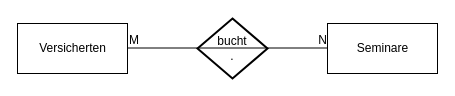
Above: Untitled Diagram.drawio in jhayvali/my-website (draw.io), before the change. Source tidied: cells renumbered, new cells numbered last; positions are measured from the earlier drawing's top-left corner, leaving out a move shared by most shapes. Both pictures are drawn from the tidied source at 100%, with x=0, y=0 at pixel (17, 18).
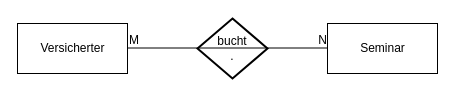
The same diagram, later.

What changed in the source:
```diff
@@
 <mxGraphModel>
   <root>
     <mxCell id="0" />
     <mxCell id="1" parent="0" />
-    <mxCell id="2" value="Versicherten" style="html=1;" parent="1" vertex="1">
+    <mxCell id="2" value="Versicherter" style="html=1;" parent="1" vertex="1">
       <mxGeometry y="5" width="110" height="50" as="geometry" />
     </mxCell>
-    <mxCell id="3" value="&lt;div&gt;Seminare&lt;/div&gt;" style="html=1;" parent="1" vertex="1">
+    <mxCell id="3" value="&lt;div&gt;Seminar&lt;/div&gt;" style="html=1;" parent="1" vertex="1">
       <mxGeometry x="310" y="5" width="110" height="50" as="geometry" />
     </mxCell>
     <mxCell id="4" value="&lt;div&gt;bucht&lt;/div&gt;&lt;div&gt;.&lt;br&gt;&lt;/div&gt;" style="strokeWidth=2;html=1;shape=mxgraph.flowchart.decision;whiteSpace=wrap;" parent="1" vertex="1">
       <mxGeometry x="180" width="70" height="60" as="geometry" />
     </mxCell>
     <mxCell id="5" style="endArrow=none;html=1;rounded=0;edgeStyle=orthogonalEdgeStyle;" parent="1" edge="1">
       <mxGeometry relative="1" as="geometry">
         <mxPoint x="110" y="29.5" as="sourcePoint" />
         <mxPoint x="310" y="29.5" as="targetPoint" />
       </mxGeometry>
     </mxCell>
     <mxCell id="6" value="M" style="html=1;align=left;verticalAlign=bottom;" parent="5" vertex="1">
       <mxGeometry x="-1" relative="1" as="geometry" />
     </mxCell>
     <mxCell id="7" value="N" style="html=1;align=right;verticalAlign=bottom;" parent="5" vertex="1">
       <mxGeometry x="1" relative="1" as="geometry" />
     </mxCell>
   </root>
 </mxGraphModel>
```
